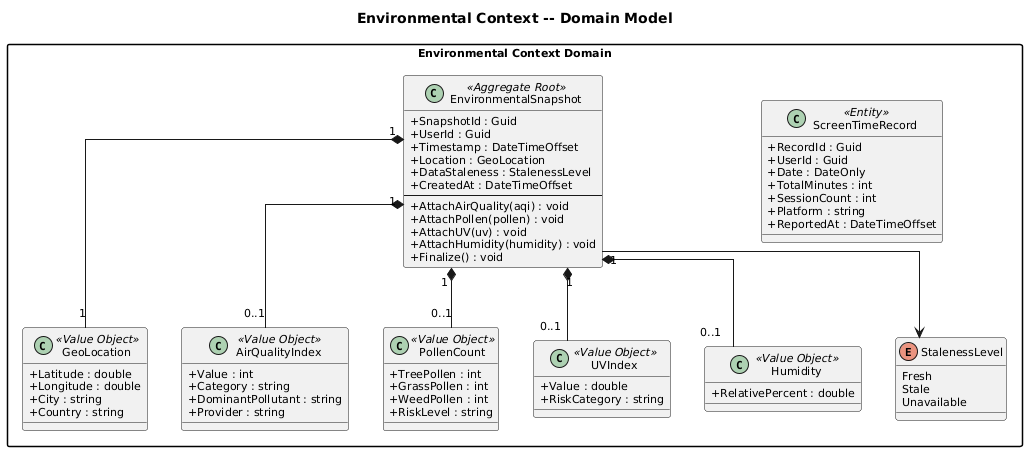
Earlier version of the PlantUML export docs/detailed-design/04-environmental-context/class-domain-model.png (QuinntyneBrown/ClearEyeQ). Source of this version:
```plantuml
@startuml
skinparam defaultFontSize 11
skinparam classAttributeIconSize 0
skinparam linetype ortho
skinparam packageStyle rectangle

title Environmental Context -- Domain Model

package "Environmental Context Domain" {

    class EnvironmentalSnapshot <<Aggregate Root>> {
        +SnapshotId : Guid
        +UserId : Guid
        +Timestamp : DateTimeOffset
        +Location : GeoLocation
        +DataStaleness : StalenessLevel
        +CreatedAt : DateTimeOffset
        --
        +AttachAirQuality(aqi) : void
        +AttachPollen(pollen) : void
        +AttachUV(uv) : void
        +AttachHumidity(humidity) : void
        +Finalize() : void
    }

    class GeoLocation <<Value Object>> {
        +Latitude : double
        +Longitude : double
        +City : string
        +Country : string
    }

    class AirQualityIndex <<Value Object>> {
        +Value : int
        +Category : string
        +DominantPollutant : string
        +Provider : string
    }

    class PollenCount <<Value Object>> {
        +TreePollen : int
        +GrassPollen : int
        +WeedPollen : int
        +RiskLevel : string
    }

    class UVIndex <<Value Object>> {
        +Value : double
        +RiskCategory : string
    }

    class Humidity <<Value Object>> {
        +RelativePercent : double
    }

    class ScreenTimeRecord <<Entity>> {
        +RecordId : Guid
        +UserId : Guid
        +Date : DateOnly
        +TotalMinutes : int
        +SessionCount : int
        +Platform : string
        +ReportedAt : DateTimeOffset
    }

    enum StalenessLevel {
        Fresh
        Stale
        Unavailable
    }
}

EnvironmentalSnapshot "1" *-- "1" GeoLocation
EnvironmentalSnapshot "1" *-- "0..1" AirQualityIndex
EnvironmentalSnapshot "1" *-- "0..1" PollenCount
EnvironmentalSnapshot "1" *-- "0..1" UVIndex
EnvironmentalSnapshot "1" *-- "0..1" Humidity
EnvironmentalSnapshot --> StalenessLevel
@enduml
```
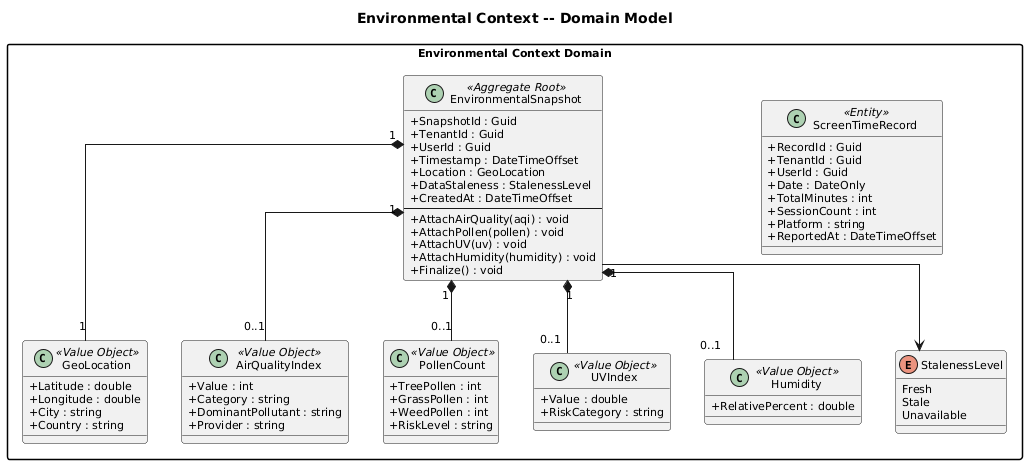
The same diagram one commit later.

What changed in the source:
```diff
@@ -10,6 +10,7 @@
 
     class EnvironmentalSnapshot <<Aggregate Root>> {
         +SnapshotId : Guid
+        +TenantId : Guid
         +UserId : Guid
         +Timestamp : DateTimeOffset
         +Location : GeoLocation
@@ -55,6 +56,7 @@
 
     class ScreenTimeRecord <<Entity>> {
         +RecordId : Guid
+        +TenantId : Guid
         +UserId : Guid
         +Date : DateOnly
         +TotalMinutes : int
```
